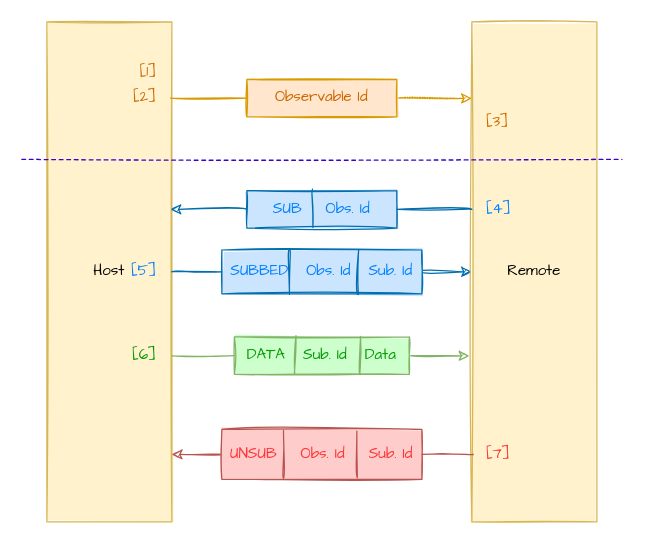
Above: communication.drawio in loreanvictor/observables-over-boundary (draw.io), before the change. Source tidied: cells renumbered, new cells numbered last; positions are measured from the earlier drawing's top-left corner, leaving out a move shared by most shapes. Both pictures are drawn from the tidied source at 125%, with x=0, y=0 at pixel (21, 21).
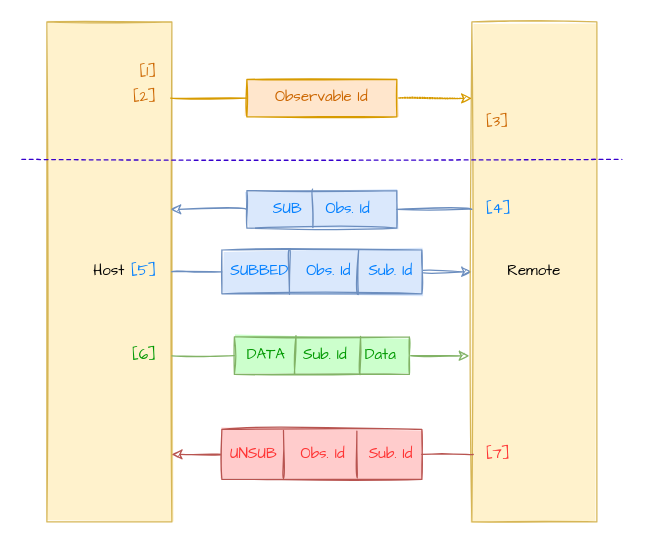
Above is the later version.

The change refers to these unchanged cells:
```xml
<mxCell id="4" value="Host" style="rounded=0;whiteSpace=wrap;html=1;fontFamily=Comic Sans MS;sketch=1;fillColor=#fff2cc;strokeColor=#d6b656;fillStyle=solid;" parent="1" vertex="1">
  <mxGeometry x="20" width="100" height="400" as="geometry" />
</mxCell>
<mxCell id="7" value="Remote" style="rounded=0;whiteSpace=wrap;html=1;fontFamily=Comic Sans MS;sketch=1;fillColor=#fff2cc;strokeColor=#d6b656;fillStyle=solid;" parent="1" vertex="1">
  <mxGeometry x="360" width="100" height="400" as="geometry" />
</mxCell>
```

The edit, as a diff of the source:
```diff
@@
-    <mxCell id="2" style="edgeStyle=orthogonalEdgeStyle;curved=1;rounded=0;sketch=1;jettySize=auto;html=1;exitX=1;exitY=0.5;exitDx=0;exitDy=0;entryX=0;entryY=0.5;entryDx=0;entryDy=0;fontFamily=Comic Sans MS;fillColor=#1ba1e2;strokeColor=#006EAF;" parent="1" edge="1" source="14" target="7">
+    <mxCell id="2" style="edgeStyle=orthogonalEdgeStyle;curved=1;rounded=0;sketch=1;jettySize=auto;html=1;exitX=1;exitY=0.5;exitDx=0;exitDy=0;entryX=0;entryY=0.5;entryDx=0;entryDy=0;fontFamily=Comic Sans MS;fillColor=#dae8fc;strokeColor=#6c8ebf;" parent="1" edge="1" source="14" target="7">
       <mxGeometry relative="1" as="geometry" />
     </mxCell>
@@
-    <mxCell id="5" style="edgeStyle=orthogonalEdgeStyle;curved=1;rounded=0;sketch=1;jettySize=auto;html=1;exitX=0;exitY=0.5;exitDx=0;exitDy=0;entryX=0.99;entryY=0.375;entryDx=0;entryDy=0;fontFamily=Comic Sans MS;entryPerimeter=0;fillColor=#1ba1e2;strokeColor=#006EAF;" parent="1" edge="1" source="12" target="4">
+    <mxCell id="5" style="edgeStyle=orthogonalEdgeStyle;curved=1;rounded=0;sketch=1;jettySize=auto;html=1;exitX=0;exitY=0.5;exitDx=0;exitDy=0;entryX=0.99;entryY=0.375;entryDx=0;entryDy=0;fontFamily=Comic Sans MS;entryPerimeter=0;fillColor=#dae8fc;strokeColor=#6c8ebf;" parent="1" edge="1" source="12" target="4">
       <mxGeometry relative="1" as="geometry" />
     </mxCell>
@@
-    <mxCell id="12" value="SUB &amp;nbsp; &amp;nbsp;Obs. Id" style="rounded=0;whiteSpace=wrap;html=1;sketch=1;fontFamily=Comic Sans MS;strokeColor=#006EAF;fontColor=#007FFF;fillStyle=solid;fillColor=#CCE5FF;" parent="1" vertex="1">
+    <mxCell id="12" value="SUB &amp;nbsp; &amp;nbsp;Obs. Id" style="rounded=0;whiteSpace=wrap;html=1;sketch=1;fontFamily=Comic Sans MS;strokeColor=#6c8ebf;fillStyle=solid;fillColor=#dae8fc;fontColor=#007FFF;" parent="1" vertex="1">
       <mxGeometry x="180" y="135" width="120" height="30" as="geometry" />
     </mxCell>
-    <mxCell id="13" style="edgeStyle=orthogonalEdgeStyle;curved=1;rounded=0;sketch=1;jettySize=auto;html=1;exitX=0;exitY=0.375;exitDx=0;exitDy=0;entryX=1;entryY=0.5;entryDx=0;entryDy=0;fontFamily=Comic Sans MS;exitPerimeter=0;fillColor=#1ba1e2;strokeColor=#006EAF;endArrow=none;endFill=0;" parent="1" edge="1" source="7" target="12">
+    <mxCell id="13" style="edgeStyle=orthogonalEdgeStyle;curved=1;rounded=0;sketch=1;jettySize=auto;html=1;exitX=0;exitY=0.375;exitDx=0;exitDy=0;entryX=1;entryY=0.5;entryDx=0;entryDy=0;fontFamily=Comic Sans MS;exitPerimeter=0;fillColor=#dae8fc;strokeColor=#6c8ebf;endArrow=none;endFill=0;" parent="1" edge="1" source="7" target="12">
       <mxGeometry relative="1" as="geometry" />
     </mxCell>
-    <mxCell id="14" value="SUBBED &amp;nbsp; Obs. Id &amp;nbsp; Sub. Id" style="rounded=0;whiteSpace=wrap;html=1;sketch=1;fontFamily=Comic Sans MS;strokeColor=#006EAF;fontColor=#007FFF;fillColor=#CCE5FF;fillStyle=solid;" parent="1" vertex="1">
+    <mxCell id="14" value="SUBBED &amp;nbsp; Obs. Id &amp;nbsp; Sub. Id" style="rounded=0;whiteSpace=wrap;html=1;sketch=1;fontFamily=Comic Sans MS;strokeColor=#6c8ebf;fillColor=#dae8fc;fillStyle=solid;fontColor=#007FFF;" parent="1" vertex="1">
       <mxGeometry x="160" y="182.5" width="160" height="35" as="geometry" />
     </mxCell>
-    <mxCell id="15" style="edgeStyle=orthogonalEdgeStyle;curved=1;rounded=0;sketch=1;jettySize=auto;html=1;exitX=1;exitY=0.5;exitDx=0;exitDy=0;entryX=0;entryY=0.5;entryDx=0;entryDy=0;fontFamily=Comic Sans MS;fillColor=#1ba1e2;strokeColor=#006EAF;endArrow=none;endFill=0;" parent="1" edge="1" source="4" target="14">
+    <mxCell id="15" style="edgeStyle=orthogonalEdgeStyle;curved=1;rounded=0;sketch=1;jettySize=auto;html=1;exitX=1;exitY=0.5;exitDx=0;exitDy=0;entryX=0;entryY=0.5;entryDx=0;entryDy=0;fontFamily=Comic Sans MS;fillColor=#dae8fc;strokeColor=#6c8ebf;endArrow=none;endFill=0;" parent="1" edge="1" source="4" target="14">
       <mxGeometry relative="1" as="geometry" />
     </mxCell>
@@
-    <mxCell id="20" style="edgeStyle=orthogonalEdgeStyle;curved=1;rounded=0;sketch=1;orthogonalLoop=1;jettySize=auto;html=1;exitX=0.438;exitY=-0.041;exitDx=0;exitDy=0;entryX=0.44;entryY=0.987;entryDx=0;entryDy=0;endArrow=none;endFill=0;fontFamily=Comic Sans MS;fontColor=#007FFF;entryPerimeter=0;exitPerimeter=0;fillColor=#1ba1e2;strokeColor=#006EAF;" parent="1" edge="1" source="12" target="12">
+    <mxCell id="20" style="edgeStyle=orthogonalEdgeStyle;curved=1;rounded=0;sketch=1;orthogonalLoop=1;jettySize=auto;html=1;exitX=0.438;exitY=-0.041;exitDx=0;exitDy=0;entryX=0.44;entryY=0.987;entryDx=0;entryDy=0;endArrow=none;endFill=0;fontFamily=Comic Sans MS;fontColor=#007FFF;entryPerimeter=0;exitPerimeter=0;fillColor=#dae8fc;strokeColor=#6c8ebf;" parent="1" edge="1" source="12" target="12">
       <mxGeometry relative="1" as="geometry" />
     </mxCell>
-    <mxCell id="21" style="edgeStyle=orthogonalEdgeStyle;curved=1;rounded=0;sketch=1;jettySize=auto;html=1;entryX=0.338;entryY=1.014;entryDx=0;entryDy=0;endArrow=none;endFill=0;fontFamily=Comic Sans MS;fontColor=#007FFF;entryPerimeter=0;fillColor=#1ba1e2;strokeColor=#006EAF;" parent="1" edge="1" target="14">
+    <mxCell id="21" style="edgeStyle=orthogonalEdgeStyle;curved=1;rounded=0;sketch=1;jettySize=auto;html=1;entryX=0.338;entryY=1.014;entryDx=0;entryDy=0;endArrow=none;endFill=0;fontFamily=Comic Sans MS;fontColor=#007FFF;entryPerimeter=0;fillColor=#dae8fc;strokeColor=#6c8ebf;" parent="1" edge="1" target="14">
       <mxGeometry relative="1" as="geometry">
         <mxPoint x="214" y="182" as="sourcePoint" />
       </mxGeometry>
     </mxCell>
-    <mxCell id="22" style="edgeStyle=orthogonalEdgeStyle;curved=1;rounded=0;sketch=1;jettySize=auto;html=1;entryX=0.684;entryY=-0.007;entryDx=0;entryDy=0;endArrow=none;endFill=0;fontFamily=Comic Sans MS;fontColor=#007FFF;entryPerimeter=0;fillColor=#1ba1e2;strokeColor=#006EAF;" parent="1" edge="1" target="14">
+    <mxCell id="22" style="edgeStyle=orthogonalEdgeStyle;curved=1;rounded=0;sketch=1;jettySize=auto;html=1;entryX=0.684;entryY=-0.007;entryDx=0;entryDy=0;endArrow=none;endFill=0;fontFamily=Comic Sans MS;fontColor=#007FFF;entryPerimeter=0;fillColor=#dae8fc;strokeColor=#6c8ebf;" parent="1" edge="1" target="14">
       <mxGeometry relative="1" as="geometry">
         <mxPoint x="269" y="218" as="sourcePoint" />
       </mxGeometry>
     </mxCell>
```
